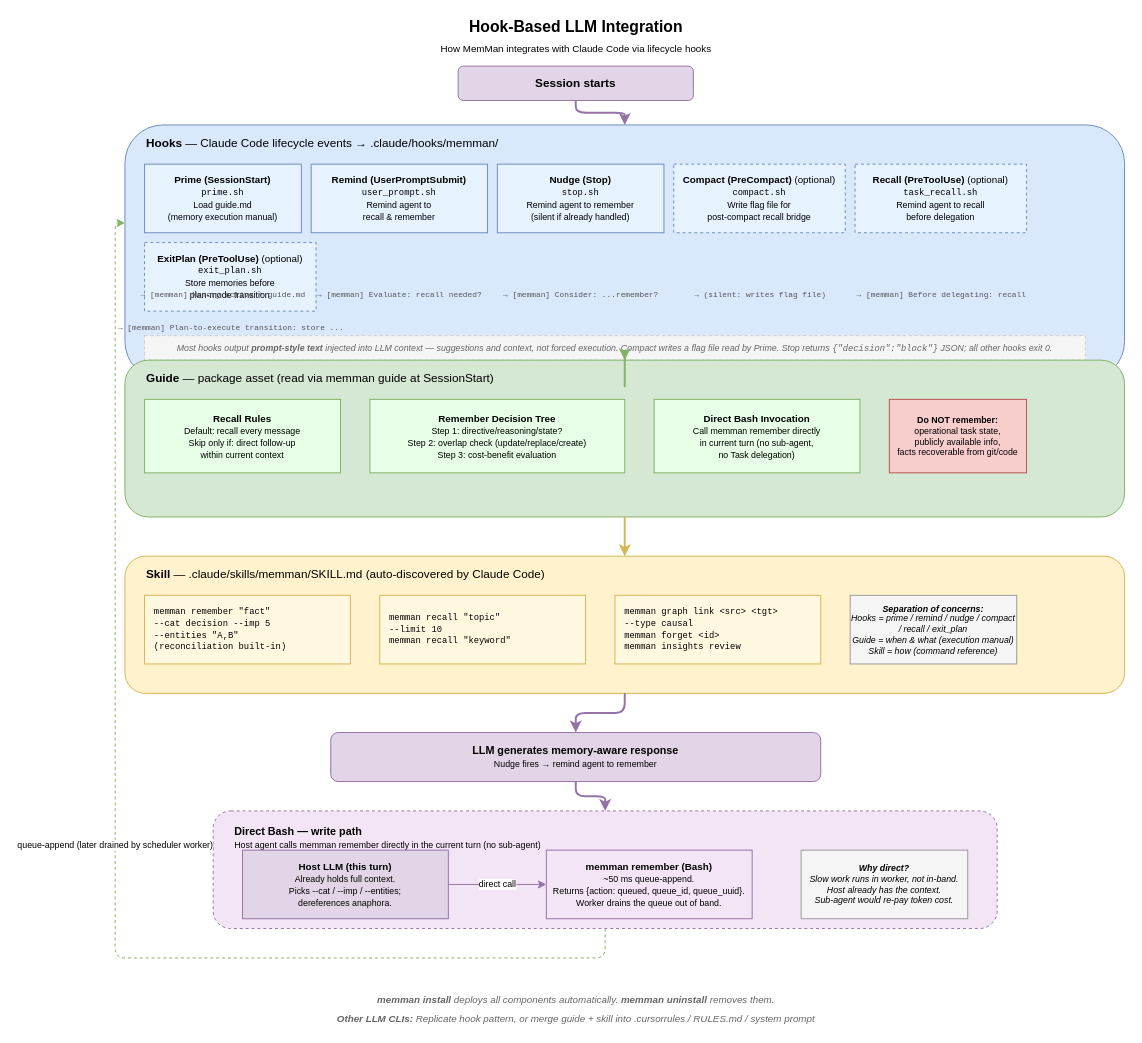
Before: docs/diagrams/07-three-layer-integration.drawio in bissli/memman, a draw.io diagram. Source tidied: cells renumbered, new cells numbered last; positions are measured from the earlier drawing's top-left corner, leaving out a move shared by most shapes. Both pictures are drawn from the tidied source at 98%, with x=0, y=0 at pixel (115, 17).
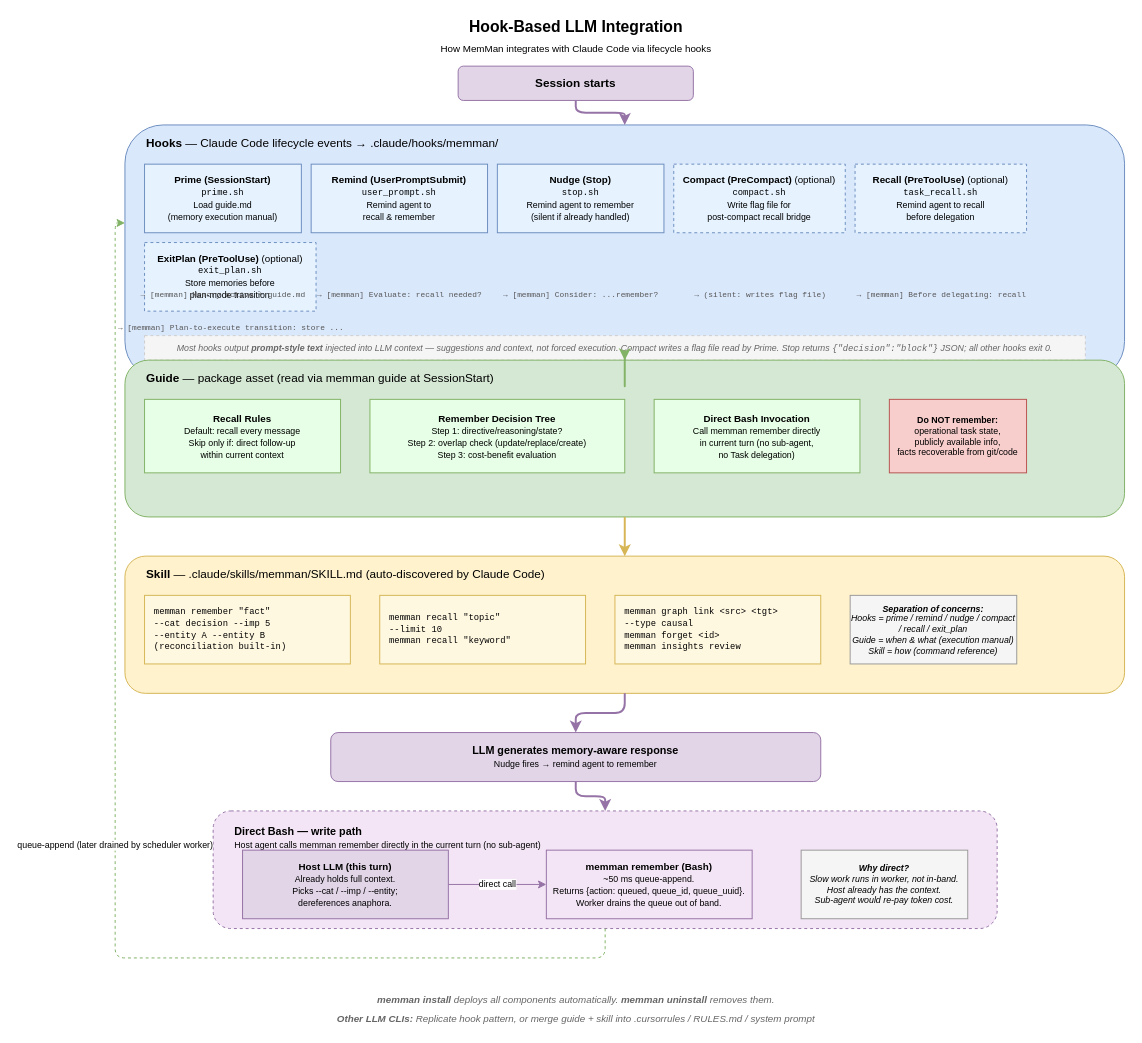
Above is the later version.

What changed in the source:
```diff
@@
-    <mxCell id="29" value="&lt;font style=&quot;font-family:monospace;font-size:9px&quot;&gt;memman remember &quot;fact&quot;&lt;br&gt;  --cat decision --imp 5&lt;br&gt;  --entities &quot;A,B&quot;&lt;br&gt;  (reconciliation built-in)&lt;/font&gt;" style="rounded=0;whiteSpace=wrap;html=1;fillColor=#FFF8E1;strokeColor=#d6b656;fontSize=9;align=left;spacingLeft=8;" parent="1" vertex="1">
+    <mxCell id="29" value="&lt;font style=&quot;font-family:monospace;font-size:9px&quot;&gt;memman remember &quot;fact&quot;&lt;br&gt;  --cat decision --imp 5&lt;br&gt;  --entity A --entity B&lt;br&gt;  (reconciliation built-in)&lt;/font&gt;" style="rounded=0;whiteSpace=wrap;html=1;fillColor=#FFF8E1;strokeColor=#d6b656;fontSize=9;align=left;spacingLeft=8;" parent="1" vertex="1">
       <mxGeometry x="30" y="590" width="210" height="70" as="geometry" />
     </mxCell>
@@
-    <mxCell id="38" value="&lt;b&gt;Host LLM (this turn)&lt;/b&gt;&lt;br&gt;&lt;font style=&quot;font-size:9px&quot;&gt;Already holds full context.&lt;br&gt;Picks --cat / --imp / --entities;&lt;br&gt;dereferences anaphora.&lt;/font&gt;" style="rounded=0;whiteSpace=wrap;html=1;fillColor=#e1d5e7;strokeColor=#9673a6;fontSize=10;" parent="1" vertex="1">
+    <mxCell id="38" value="&lt;b&gt;Host LLM (this turn)&lt;/b&gt;&lt;br&gt;&lt;font style=&quot;font-size:9px&quot;&gt;Already holds full context.&lt;br&gt;Picks --cat / --imp / --entity;&lt;br&gt;dereferences anaphora.&lt;/font&gt;" style="rounded=0;whiteSpace=wrap;html=1;fillColor=#e1d5e7;strokeColor=#9673a6;fontSize=10;" parent="1" vertex="1">
       <mxGeometry x="130" y="850" width="210" height="70" as="geometry" />
     </mxCell>
```
